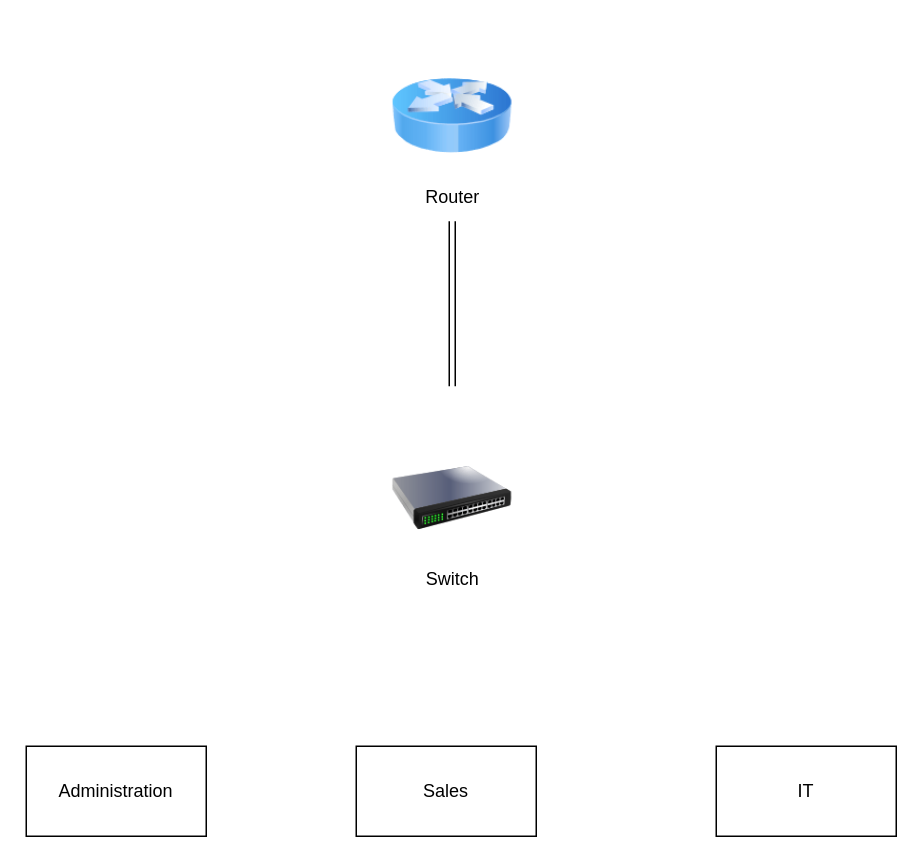
Earlier version of the draw.io diagram NetworkwSubnets.drawio (aenge86xti/Python-Projects). Source tidied: cells renumbered, new cells numbered last; positions are measured from the earlier drawing's top-left corner, leaving out a move shared by most shapes. Both pictures are drawn from the tidied source at 150%, with x=0, y=0 at pixel (26, 56).
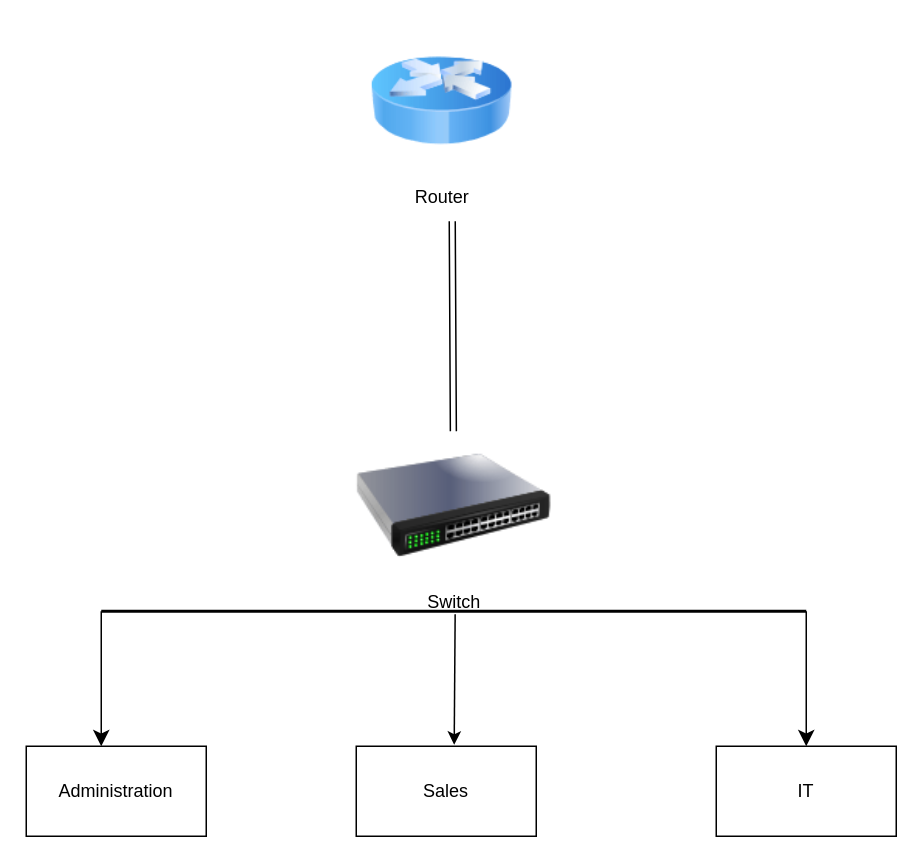
After the change.

Commit message:
Task1_NetworkDiagram

The edit, as a diff of the source:
```diff
@@
 <mxGraphModel>
   <root>
     <mxCell id="0" />
     <mxCell id="1" parent="0" />
     <mxCell id="2" value="Router" style="image;html=1;image=img/lib/clip_art/networking/Router_Icon_128x128.png;" parent="1" vertex="1">
-      <mxGeometry x="244" width="80" height="80" as="geometry" />
+      <mxGeometry x="230" y="-20" width="94" height="100" as="geometry" />
     </mxCell>
-    <mxCell id="3" style="shape=link;html=1;rounded=0;" parent="1" edge="1">
+    <mxCell id="3" style="shape=link;html=1;rounded=0;" parent="1" edge="1" target="4">
       <mxGeometry relative="1" as="geometry">
         <mxPoint x="284" y="110" as="sourcePoint" />
-        <mxPoint x="284" y="220" as="targetPoint" />
       </mxGeometry>
     </mxCell>
     <mxCell id="4" value="Switch" style="image;html=1;image=img/lib/clip_art/networking/Switch_128x128.png;" parent="1" vertex="1">
-      <mxGeometry x="244" y="255" width="80" height="80" as="geometry" />
+      <mxGeometry x="220" y="250" width="130" height="100" as="geometry" />
     </mxCell>
     <mxCell id="5" value="Administration" style="rounded=0;whiteSpace=wrap;html=1;" parent="1" vertex="1">
       <mxGeometry y="460" width="120" height="60" as="geometry" />
     </mxCell>
     <mxCell id="6" value="Sales" style="rounded=0;whiteSpace=wrap;html=1;" parent="1" vertex="1">
       <mxGeometry x="220" y="460" width="120" height="60" as="geometry" />
     </mxCell>
     <mxCell id="7" value="IT" style="rounded=0;whiteSpace=wrap;html=1;" parent="1" vertex="1">
       <mxGeometry x="460" y="460" width="120" height="60" as="geometry" />
     </mxCell>
+    <mxCell id="8" style="edgeStyle=segmentEdgeStyle;endArrow=classic;html=1;curved=0;rounded=0;endSize=8;startSize=8;entryX=0.5;entryY=0;entryDx=0;entryDy=0;exitX=1;exitY=0.5;exitDx=0;exitDy=0;exitPerimeter=0;" parent="1" edge="1" source="9" target="7">
+      <mxGeometry relative="1" as="geometry" />
+    </mxCell>
+    <mxCell id="9" style="line;strokeWidth=2;html=1;" parent="1" vertex="1">
+      <mxGeometry x="50" y="365" width="470" height="10" as="geometry" />
+    </mxCell>
+    <mxCell id="10" style="edgeStyle=segmentEdgeStyle;endArrow=classic;html=1;curved=0;rounded=0;endSize=8;startSize=8;exitX=0;exitY=0.5;exitDx=0;exitDy=0;exitPerimeter=0;" parent="1" edge="1" source="9">
+      <mxGeometry relative="1" as="geometry">
+        <mxPoint x="50" y="460" as="targetPoint" />
+      </mxGeometry>
+    </mxCell>
+    <mxCell id="11" style="endArrow=classic;html=1;rounded=0;exitX=0.502;exitY=0.7;exitDx=0;exitDy=0;exitPerimeter=0;" parent="1" edge="1" source="9">
+      <mxGeometry relative="1" as="geometry">
+        <mxPoint x="285.3" y="459" as="targetPoint" />
+      </mxGeometry>
+    </mxCell>
   </root>
 </mxGraphModel>
```
